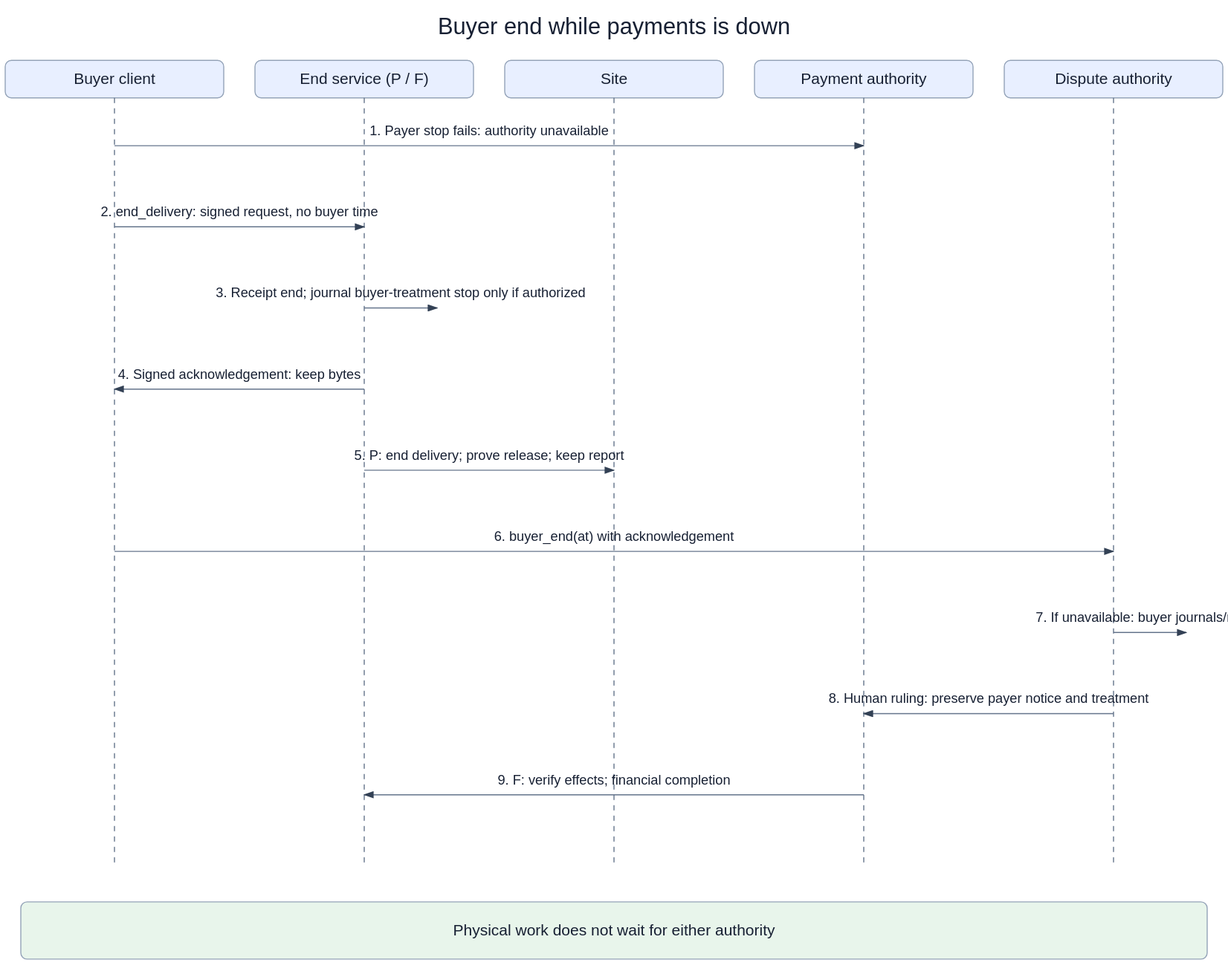
This is openspec/changes/converge-ongoing-compute-leases/diagrams/01-buyer-cancel-payments-down.svg from arkhai-io/simple-compute-market, a draw.io export, as it was before one commit. Source tidied: cells renumbered, new cells last; positions are measured from the earlier drawing's top-left corner, leaving out a move shared by most shapes.
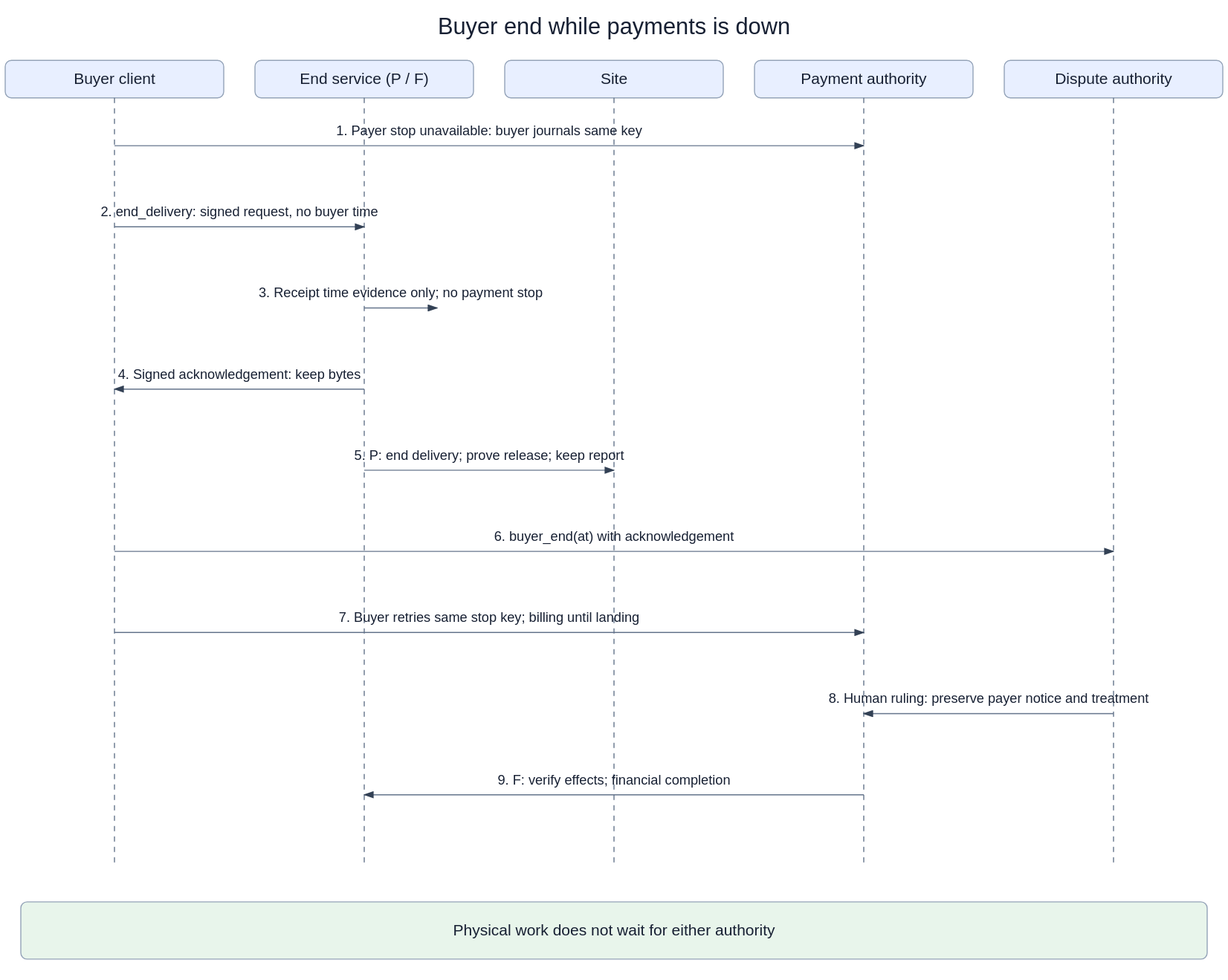
The same diagram one commit later.

The edit, as a diff of the source:
```diff
@@ -50,7 +50,7 @@
         <mxPoint x="1065" y="822" as="targetPoint" />
       </mxGeometry>
     </mxCell>
-    <mxCell id="13" value="1. Payer stop fails: authority unavailable" style="endArrow=block;fontSize=13;labelBackgroundColor=#ffffff;" parent="1" edge="1">
+    <mxCell id="13" value="1. Payer stop unavailable: buyer journals same key" style="endArrow=block;fontSize=13;labelBackgroundColor=#ffffff;" parent="1" edge="1">
       <mxGeometry relative="1" as="geometry">
         <mxPoint x="105" y="130" as="sourcePoint" />
         <mxPoint x="825" y="130" as="targetPoint" />
@@ -62,7 +62,7 @@
         <mxPoint x="345" y="208" as="targetPoint" />
       </mxGeometry>
     </mxCell>
-    <mxCell id="15" value="3. Receipt end; journal buyer-treatment stop only if authorized" style="endArrow=block;fontSize=13;labelBackgroundColor=#ffffff;" parent="1" edge="1">
+    <mxCell id="15" value="3. Receipt time evidence only; no payment stop" style="endArrow=block;fontSize=13;labelBackgroundColor=#ffffff;" parent="1" edge="1">
       <mxGeometry relative="1" as="geometry">
         <mxPoint x="345" y="286" as="sourcePoint" />
         <mxPoint x="415" y="286" as="targetPoint" />
@@ -86,10 +86,10 @@
         <mxPoint x="1065" y="520" as="targetPoint" />
       </mxGeometry>
     </mxCell>
-    <mxCell id="19" value="7. If unavailable: buyer journals/retries" style="endArrow=block;fontSize=13;labelBackgroundColor=#ffffff;" parent="1" edge="1">
+    <mxCell id="19" value="7. Buyer retries same stop key; billing until landing" style="endArrow=block;fontSize=13;labelBackgroundColor=#ffffff;" parent="1" edge="1">
       <mxGeometry relative="1" as="geometry">
-        <mxPoint x="1065" y="598" as="sourcePoint" />
-        <mxPoint x="1135" y="598" as="targetPoint" />
+        <mxPoint x="105" y="598" as="sourcePoint" />
+        <mxPoint x="825" y="598" as="targetPoint" />
       </mxGeometry>
     </mxCell>
     <mxCell id="20" value="8. Human ruling: preserve payer notice and treatment" style="endArrow=block;fontSize=13;labelBackgroundColor=#ffffff;" parent="1" edge="1">
```
